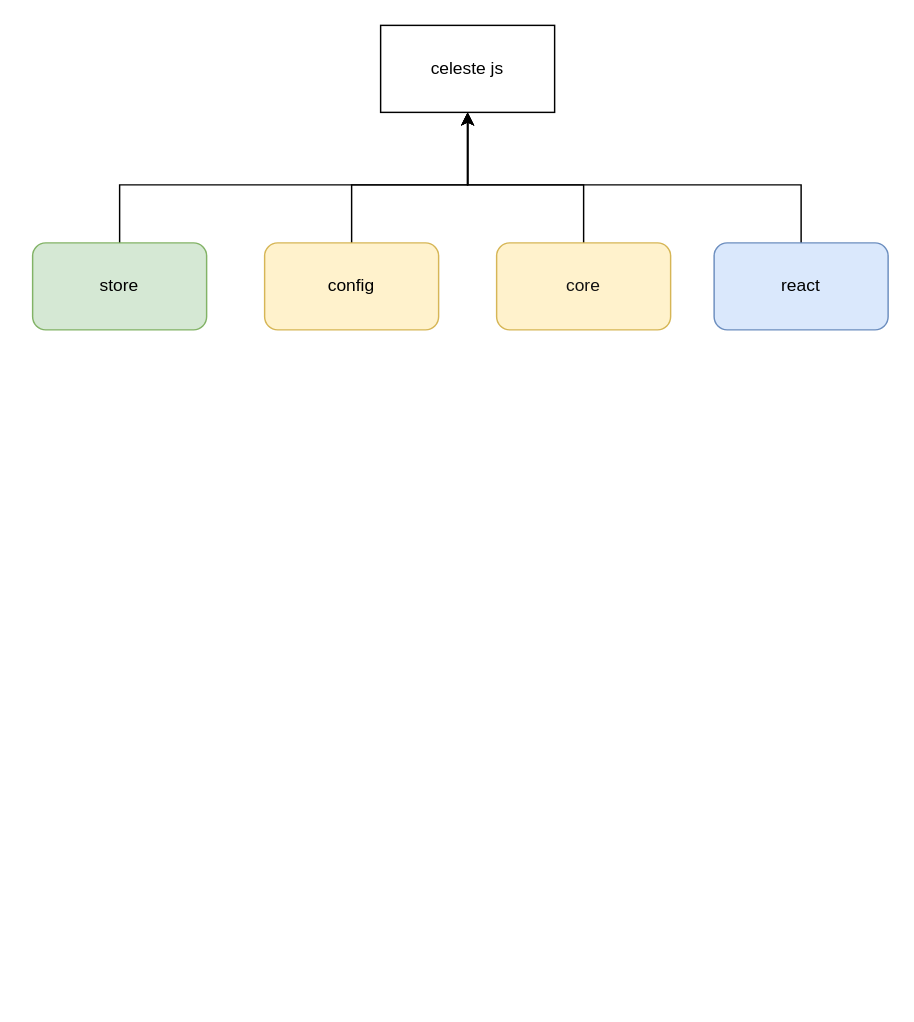
Above: page "packages" (1 of 3) of docs/celeste.drawio in Loque18/celeste-js (draw.io), before the change. Source tidied: cells renumbered, new cells numbered last; positions are measured from the earlier drawing's top-left corner, leaving out a move shared by most shapes. Both pictures are drawn from the tidied source at 145%, with x=0, y=0 at pixel (32, 25).
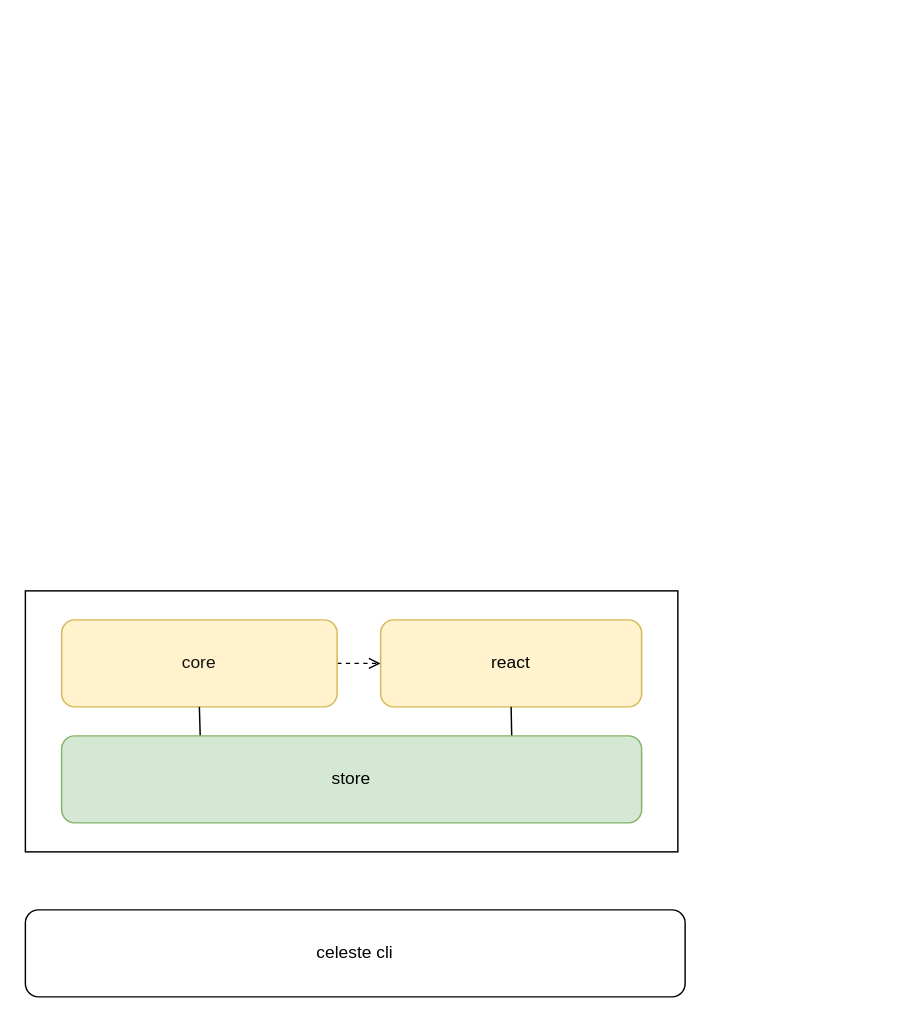
Above is the later version.

The edit, as a diff of the source:
```diff
@@
 <mxGraphModel>
   <root>
     <mxCell id="0" />
     <mxCell id="1" parent="0" />
-    <mxCell id="2" value="celeste js" style="rounded=0;whiteSpace=wrap;html=1;" parent="1" vertex="1">
-      <mxGeometry x="240" width="120" height="60" as="geometry" />
-    </mxCell>
-    <mxCell id="3" style="edgeStyle=orthogonalEdgeStyle;rounded=0;jettySize=auto;html=1;fontColor=#121212;" parent="1" edge="1" source="4" target="2">
-      <mxGeometry relative="1" as="geometry">
-        <Array as="points">
-          <mxPoint x="60" y="110" />
-          <mxPoint x="300" y="110" />
-        </Array>
-      </mxGeometry>
-    </mxCell>
+    <mxCell id="11" style="rounded=0;whiteSpace=wrap;html=1;" parent="1" vertex="1">
+      <mxGeometry x="-5" y="390" width="450" height="180" as="geometry" />
+    </mxCell>
+    <mxCell id="12" style="edgeStyle=none;html=1;entryX=0;entryY=0.5;entryDx=0;entryDy=0;endArrow=open;endFill=0;dashed=1;" parent="1" edge="1" source="6" target="10">
+      <mxGeometry relative="1" as="geometry" />
+    </mxCell>
+    <mxCell id="6" value="core" style="rounded=1;whiteSpace=wrap;html=1;fillColor=#fff2cc;strokeColor=#d6b656;fontColor=#121212;" parent="1" vertex="1">
+      <mxGeometry x="20" y="410" width="190" height="60" as="geometry" />
+    </mxCell>
+    <mxCell id="10" value="react" style="rounded=1;whiteSpace=wrap;html=1;fillColor=#fff2cc;strokeColor=#d6b656;fontColor=#000000;" parent="1" vertex="1">
+      <mxGeometry x="240" y="410" width="180" height="60" as="geometry" />
+    </mxCell>
+    <mxCell id="13" style="edgeStyle=none;html=1;exitX=0.239;exitY=0.014;exitDx=0;exitDy=0;entryX=0.5;entryY=1;entryDx=0;entryDy=0;endArrow=none;endFill=0;exitPerimeter=0;" parent="1" edge="1" source="4" target="6">
+      <mxGeometry relative="1" as="geometry" />
+    </mxCell>
+    <mxCell id="14" style="edgeStyle=none;html=1;exitX=0.776;exitY=0.001;exitDx=0;exitDy=0;entryX=0.5;entryY=1;entryDx=0;entryDy=0;endArrow=none;endFill=0;exitPerimeter=0;" parent="1" edge="1" source="4" target="10">
+      <mxGeometry relative="1" as="geometry" />
+    </mxCell>
     <mxCell id="4" value="store" style="rounded=1;whiteSpace=wrap;html=1;fillColor=#d5e8d4;strokeColor=#82b366;fontColor=#000000;" parent="1" vertex="1">
-      <mxGeometry y="150" width="120" height="60" as="geometry" />
+      <mxGeometry x="20" y="490" width="400" height="60" as="geometry" />
     </mxCell>
-    <mxCell id="5" style="edgeStyle=orthogonalEdgeStyle;rounded=0;jettySize=auto;html=1;entryX=0.5;entryY=1;entryDx=0;entryDy=0;fontColor=#121212;" parent="1" edge="1" source="6" target="2">
-      <mxGeometry relative="1" as="geometry">
-        <Array as="points">
-          <mxPoint x="380" y="110" />
-          <mxPoint x="300" y="110" />
-        </Array>
-      </mxGeometry>
-    </mxCell>
-    <mxCell id="6" value="core" style="rounded=1;whiteSpace=wrap;html=1;fillColor=#fff2cc;strokeColor=#d6b656;fontColor=#121212;" parent="1" vertex="1">
-      <mxGeometry x="320" y="150" width="120" height="60" as="geometry" />
-    </mxCell>
-    <mxCell id="7" style="edgeStyle=orthogonalEdgeStyle;rounded=0;jettySize=auto;html=1;entryX=0.5;entryY=1;entryDx=0;entryDy=0;fontColor=#121212;" parent="1" edge="1" source="8" target="2">
-      <mxGeometry relative="1" as="geometry">
-        <Array as="points">
-          <mxPoint x="530" y="110" />
-          <mxPoint x="300" y="110" />
-        </Array>
-      </mxGeometry>
-    </mxCell>
-    <mxCell id="8" value="react" style="rounded=1;whiteSpace=wrap;html=1;fillColor=#dae8fc;strokeColor=#6c8ebf;fontColor=#000000;" parent="1" vertex="1">
-      <mxGeometry x="470" y="150" width="120" height="60" as="geometry" />
-    </mxCell>
-    <mxCell id="9" style="edgeStyle=orthogonalEdgeStyle;rounded=0;jettySize=auto;html=1;fontColor=#121212;" parent="1" edge="1" source="10">
-      <mxGeometry relative="1" as="geometry">
-        <mxPoint x="300" y="60" as="targetPoint" />
-        <Array as="points">
-          <mxPoint x="220" y="110" />
-          <mxPoint x="300" y="110" />
-        </Array>
-      </mxGeometry>
-    </mxCell>
-    <mxCell id="10" value="config" style="rounded=1;whiteSpace=wrap;html=1;fillColor=#fff2cc;strokeColor=#d6b656;fontColor=#000000;" parent="1" vertex="1">
-      <mxGeometry x="160" y="150" width="120" height="60" as="geometry" />
-    </mxCell>
+    <mxCell id="15" value="celeste cli" style="rounded=1;whiteSpace=wrap;html=1;" parent="1" vertex="1">
+      <mxGeometry x="-5" y="610" width="455" height="60" as="geometry" />
+    </mxCell>
   </root>
 </mxGraphModel>
```
